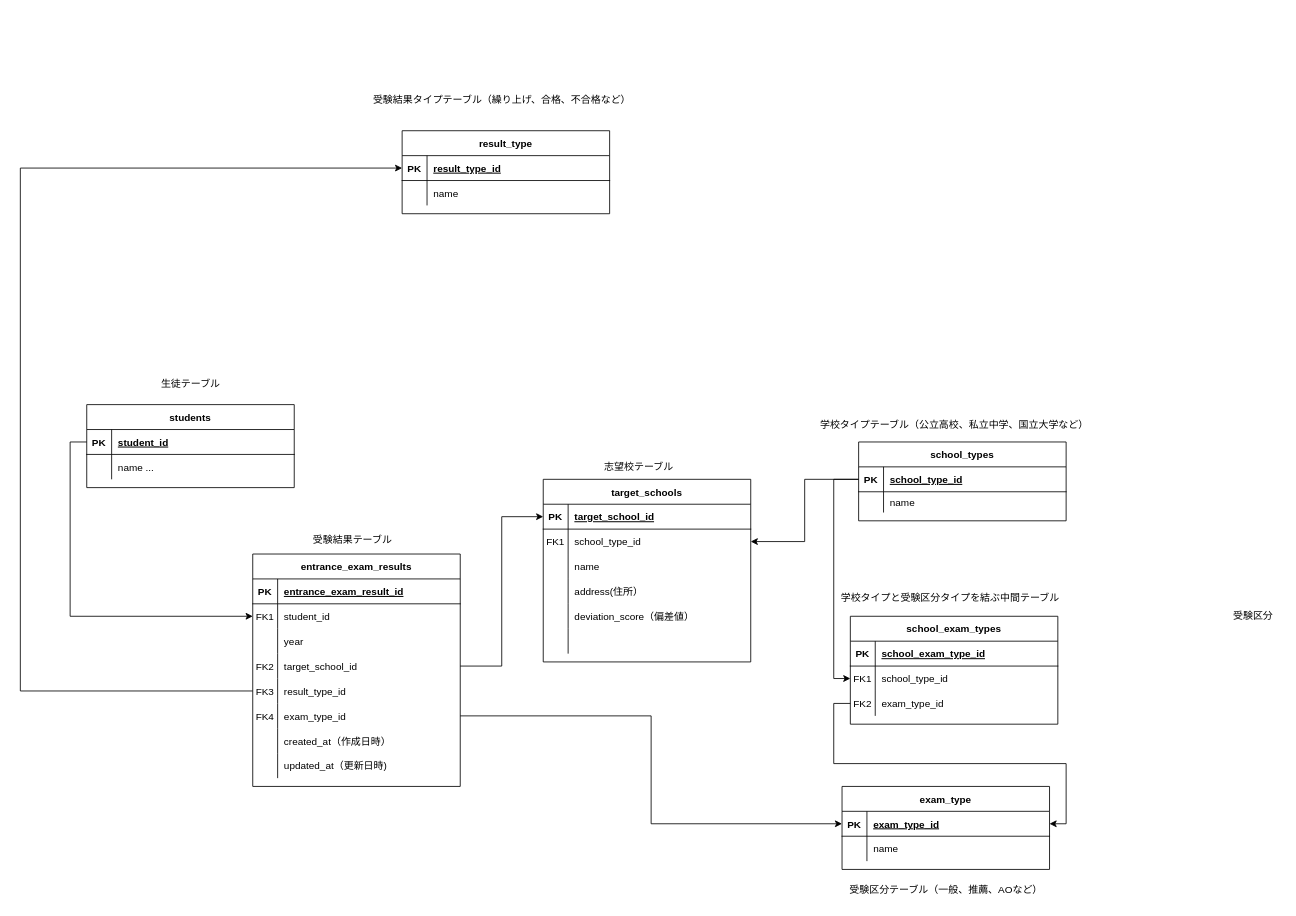
satoru817/4eachkeijiban keeps this draw.io diagram as registration_of_result_of_entracne_exam.drawio. Above is the earlier version. Source tidied: cells renumbered, new cells numbered last; positions are measured from the earlier drawing's top-left corner, leaving out a move shared by most shapes. Both pictures are drawn from the tidied source at 83%, with x=0, y=0 at pixel (20, 87).
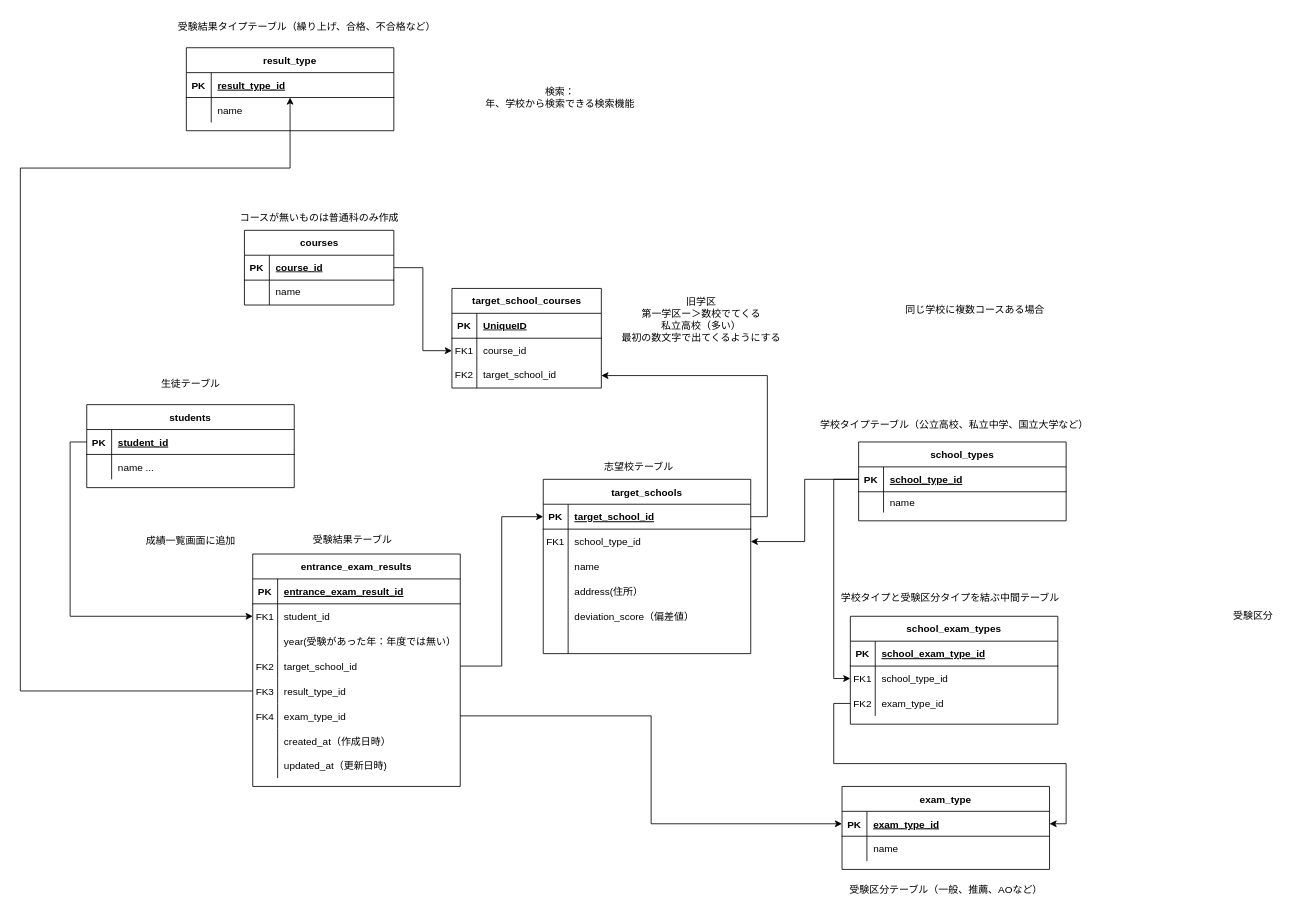
The same diagram, later.

Commit message:
registration_of_result_of_entracne_exam.drawio を更新します

The change refers to these unchanged cells:
```xml
<mxCell id="3" style="shape=partialRectangle;fillColor=none;points=[[0,0.5],[1,0.5]];portConstraint=eastwest;top=0;left=0;right=0;bottom=1;" parent="2" vertex="1">
  <mxGeometry y="30" width="250" height="30" as="geometry" />
</mxCell>
<mxCell id="58" style="shape=partialRectangle;fillColor=none;top=0;left=0;right=0;bottom=0;" parent="51" vertex="1">
  <mxGeometry y="90" width="250" height="30" as="geometry" />
</mxCell>
```

Diff of the diagram source:
```diff
@@
     <mxCell id="2" value="target_schools" style="shape=table;startSize=30;childLayout=tableLayout;rowLines=0;fontStyle=1;align=center;" parent="1" vertex="1">
-      <mxGeometry x="630" y="472" width="250" height="220" as="geometry" />
+      <mxGeometry x="630" y="472" width="250" height="210" as="geometry" />
     </mxCell>
@@
     <mxCell id="43" value="result_type" style="shape=table;startSize=30;childLayout=tableLayout;rowLines=0;fontStyle=1;align=center;" parent="1" vertex="1">
-      <mxGeometry x="460" y="52" width="250" height="100" as="geometry" />
+      <mxGeometry x="200" y="-48" width="250" height="100" as="geometry" />
     </mxCell>
@@
-    <mxCell id="60" value="year" style="shape=partialRectangle;overflow=hidden;fillColor=none;top=0;left=0;bottom=0;right=0;align=left;spacingLeft=6;" parent="58" vertex="1">
+    <mxCell id="60" value="year(受験があった年：年度では無い）" style="shape=partialRectangle;overflow=hidden;fillColor=none;top=0;left=0;bottom=0;right=0;align=left;spacingLeft=6;" parent="58" vertex="1">
       <mxGeometry x="30" width="220" height="30" as="geometry" />
     </mxCell>
@@
     <mxCell id="96" value="受験結果タイプテーブル（繰り上げ、合格、不合格など）" style="text;html=1;align=center;verticalAlign=middle;strokeColor=none;fillColor=none;" parent="1" vertex="1">
-      <mxGeometry x="415" width="330" height="30" as="geometry" />
+      <mxGeometry x="180" y="-88" width="330" height="30" as="geometry" />
     </mxCell>
@@
+    <mxCell id="99" value="旧学区&lt;br&gt;第一学区ー＞数校でてくる&lt;div&gt;私立高校（多い）&lt;br&gt;最初の数文字で出てくるようにする&lt;br&gt;&lt;br&gt;&lt;/div&gt;" style="text;html=1;align=center;verticalAlign=middle;strokeColor=none;fillColor=none;" parent="1" vertex="1">
+      <mxGeometry x="710" y="242" width="220" height="90" as="geometry" />
+    </mxCell>
+    <mxCell id="100" value="同じ学校に複数コースある場合&lt;div&gt;&lt;br/&gt;&lt;/div&gt;" style="text;html=1;align=center;verticalAlign=middle;strokeColor=none;fillColor=none;" parent="1" vertex="1">
+      <mxGeometry x="1055" y="255" width="190" height="40" as="geometry" />
+    </mxCell>
+    <mxCell id="101" value="courses" style="shape=table;startSize=30;childLayout=tableLayout;rowLines=0;fontStyle=1;align=center;html=1;" parent="1" vertex="1">
+      <mxGeometry x="270" y="172" width="180" height="90" as="geometry" />
+    </mxCell>
+    <mxCell id="102" style="shape=tableRow;horizontal=0;startSize=0;swimlaneHead=0;swimlaneBody=0;fillColor=none;points=[[0,0.5],[1,0.5]];portConstraint=eastwest;top=0;left=0;right=0;bottom=1;" parent="101" vertex="1">
+      <mxGeometry y="30" width="180" height="30" as="geometry" />
+    </mxCell>
+    <mxCell id="103" value="PK" style="shape=partialRectangle;fillColor=none;top=0;left=0;bottom=0;right=0;fontStyle=1;overflow=hidden;whiteSpace=wrap;html=1;" parent="102" vertex="1">
+      <mxGeometry width="30" height="30" as="geometry" />
+    </mxCell>
+    <mxCell id="104" value="course_id" style="shape=partialRectangle;fillColor=none;top=0;left=0;bottom=0;right=0;align=left;spacingLeft=6;fontStyle=5;overflow=hidden;whiteSpace=wrap;html=1;" parent="102" vertex="1">
+      <mxGeometry x="30" width="150" height="30" as="geometry" />
+    </mxCell>
+    <mxCell id="105" style="shape=tableRow;horizontal=0;startSize=0;swimlaneHead=0;swimlaneBody=0;fillColor=none;top=0;left=0;right=0;bottom=0;" parent="101" vertex="1">
+      <mxGeometry y="60" width="180" height="30" as="geometry" />
+    </mxCell>
+    <mxCell id="106" style="shape=partialRectangle;fillColor=none;top=0;left=0;bottom=0;right=0;overflow=hidden;whiteSpace=wrap;html=1;" parent="105" vertex="1">
+      <mxGeometry width="30" height="30" as="geometry" />
+    </mxCell>
+    <mxCell id="107" value="name" style="shape=partialRectangle;fillColor=none;top=0;left=0;bottom=0;right=0;align=left;spacingLeft=6;overflow=hidden;whiteSpace=wrap;html=1;" parent="105" vertex="1">
+      <mxGeometry x="30" width="150" height="30" as="geometry" />
+    </mxCell>
+    <mxCell id="108" value="target_school_courses" style="shape=table;startSize=30;childLayout=tableLayout;rowLines=0;fontStyle=1;align=center;html=1;" parent="1" vertex="1">
+      <mxGeometry x="520" y="242" width="180" height="120" as="geometry" />
+    </mxCell>
+    <mxCell id="109" style="shape=tableRow;horizontal=0;startSize=0;swimlaneHead=0;swimlaneBody=0;fillColor=none;top=0;left=0;right=0;bottom=1;" parent="108" vertex="1">
+      <mxGeometry y="30" width="180" height="30" as="geometry" />
+    </mxCell>
+    <mxCell id="110" value="PK" style="shape=partialRectangle;fillColor=none;top=0;left=0;bottom=0;right=0;fontStyle=1;overflow=hidden;whiteSpace=wrap;html=1;" parent="109" vertex="1">
+      <mxGeometry width="30" height="30" as="geometry" />
+    </mxCell>
+    <mxCell id="111" value="UniqueID" style="shape=partialRectangle;fillColor=none;top=0;left=0;bottom=0;right=0;align=left;spacingLeft=6;fontStyle=5;overflow=hidden;whiteSpace=wrap;html=1;" parent="109" vertex="1">
+      <mxGeometry x="30" width="150" height="30" as="geometry" />
+    </mxCell>
+    <mxCell id="112" style="shape=tableRow;horizontal=0;startSize=0;swimlaneHead=0;swimlaneBody=0;fillColor=none;points=[[0,0.5],[1,0.5]];portConstraint=eastwest;top=0;left=0;right=0;bottom=0;" parent="108" vertex="1">
+      <mxGeometry y="60" width="180" height="30" as="geometry" />
+    </mxCell>
+    <mxCell id="113" value="FK1" style="shape=partialRectangle;fillColor=none;top=0;left=0;bottom=0;right=0;overflow=hidden;whiteSpace=wrap;html=1;" parent="112" vertex="1">
+      <mxGeometry width="30" height="30" as="geometry" />
+    </mxCell>
+    <mxCell id="114" value="course_id&lt;span style=&quot;white-space: pre;&quot;&gt;&#9;&lt;/span&gt;" style="shape=partialRectangle;fillColor=none;top=0;left=0;bottom=0;right=0;align=left;spacingLeft=6;overflow=hidden;whiteSpace=wrap;html=1;" parent="112" vertex="1">
+      <mxGeometry x="30" width="150" height="30" as="geometry" />
+    </mxCell>
+    <mxCell id="115" style="shape=tableRow;horizontal=0;startSize=0;swimlaneHead=0;swimlaneBody=0;fillColor=none;points=[[0,0.5],[1,0.5]];portConstraint=eastwest;top=0;left=0;right=0;bottom=0;" parent="108" vertex="1">
+      <mxGeometry y="90" width="180" height="30" as="geometry" />
+    </mxCell>
+    <mxCell id="116" value="FK2" style="shape=partialRectangle;fillColor=none;top=0;left=0;bottom=0;right=0;overflow=hidden;whiteSpace=wrap;html=1;" parent="115" vertex="1">
+      <mxGeometry width="30" height="30" as="geometry" />
+    </mxCell>
+    <mxCell id="117" value="target_school_id" style="shape=partialRectangle;fillColor=none;top=0;left=0;bottom=0;right=0;align=left;spacingLeft=6;overflow=hidden;whiteSpace=wrap;html=1;" parent="115" vertex="1">
+      <mxGeometry x="30" width="150" height="30" as="geometry" />
+    </mxCell>
+    <mxCell id="118" value="コースが無いものは普通科のみ作成" style="text;html=1;align=center;verticalAlign=middle;strokeColor=none;fillColor=none;" parent="1" vertex="1">
+      <mxGeometry x="255" y="142" width="210" height="30" as="geometry" />
+    </mxCell>
+    <mxCell id="119" style="edgeStyle=orthogonalEdgeStyle;rounded=0;jettySize=auto;html=1;exitX=1;exitY=0.5;exitDx=0;exitDy=0;" parent="1" edge="1" source="3" target="115">
+      <mxGeometry relative="1" as="geometry" />
+    </mxCell>
+    <mxCell id="120" style="edgeStyle=orthogonalEdgeStyle;rounded=0;jettySize=auto;html=1;exitX=1;exitY=0.5;exitDx=0;exitDy=0;entryX=0;entryY=0.5;entryDx=0;entryDy=0;" parent="1" edge="1" source="102" target="112">
+      <mxGeometry relative="1" as="geometry" />
+    </mxCell>
+    <mxCell id="121" value="検索：&lt;br&gt;年、学校から検索できる検索機能" style="text;html=1;align=center;verticalAlign=middle;strokeColor=none;fillColor=none;" parent="1" vertex="1">
+      <mxGeometry x="550" y="-8" width="200" height="40" as="geometry" />
+    </mxCell>
+    <mxCell id="122" value="成績一覧画面に追加" style="text;html=1;align=center;verticalAlign=middle;strokeColor=none;fillColor=none;" parent="1" vertex="1">
+      <mxGeometry x="140" y="532" width="130" height="30" as="geometry" />
+    </mxCell>
```
